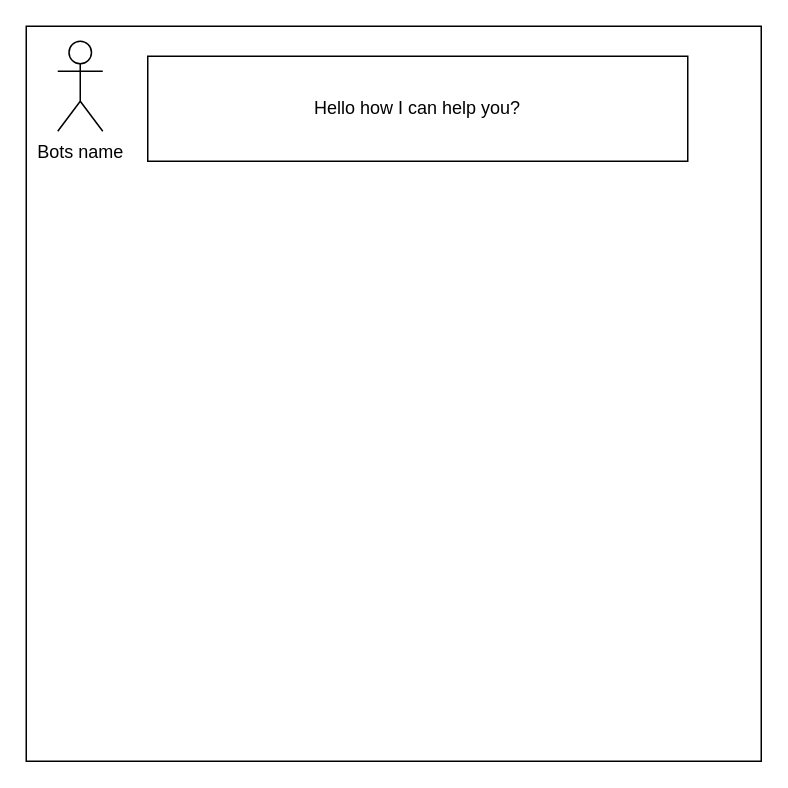
Before: wireframe.drawio in carys23/hoilday-bot, a draw.io diagram. Source tidied: cells renumbered, new cells numbered last; positions are measured from the earlier drawing's top-left corner, leaving out a move shared by most shapes. Both pictures are drawn from the tidied source at 150%, with x=0, y=0 at pixel (26, 26).
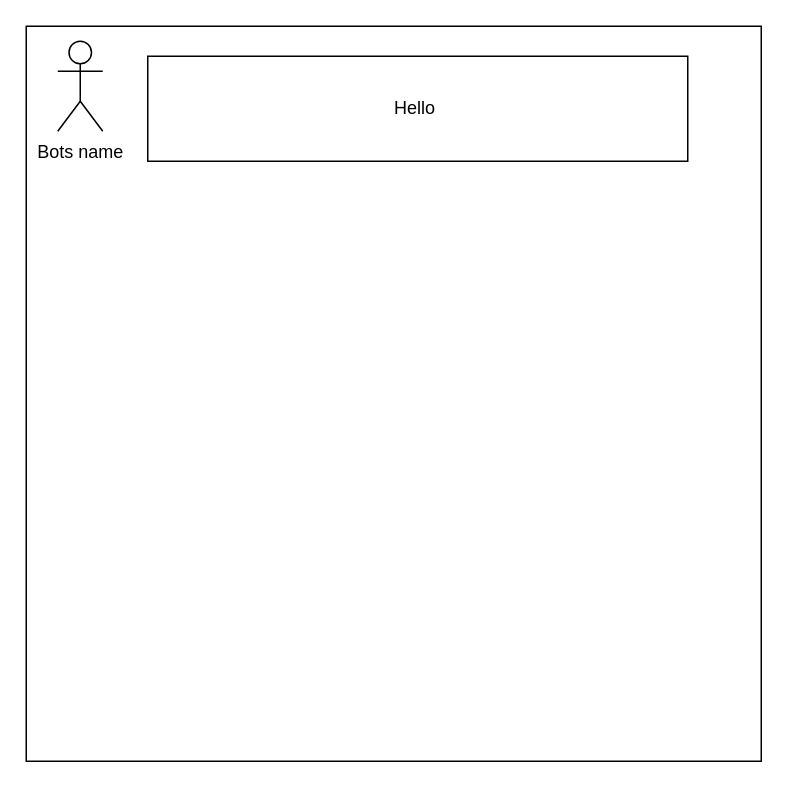
The same diagram, later.

The edit, as a diff of the source:
```diff
@@
 <mxGraphModel>
   <root>
     <mxCell id="0" />
     <mxCell id="1" parent="0" />
     <mxCell id="2" style="whiteSpace=wrap;html=1;align=left;" parent="1" vertex="1">
       <mxGeometry width="490" height="490" as="geometry" />
     </mxCell>
     <mxCell id="3" value="Bots name" style="shape=umlActor;verticalLabelPosition=bottom;verticalAlign=top;html=1;" parent="1" vertex="1">
       <mxGeometry x="21" y="10" width="30" height="60" as="geometry" />
     </mxCell>
-    <mxCell id="4" value="Hello how I can help you?" style="rounded=0;whiteSpace=wrap;html=1;" parent="1" vertex="1">
+    <mxCell id="4" value="Hello&amp;nbsp;" style="rounded=0;whiteSpace=wrap;html=1;" parent="1" vertex="1">
       <mxGeometry x="81" y="20" width="360" height="70" as="geometry" />
     </mxCell>
   </root>
 </mxGraphModel>
```
